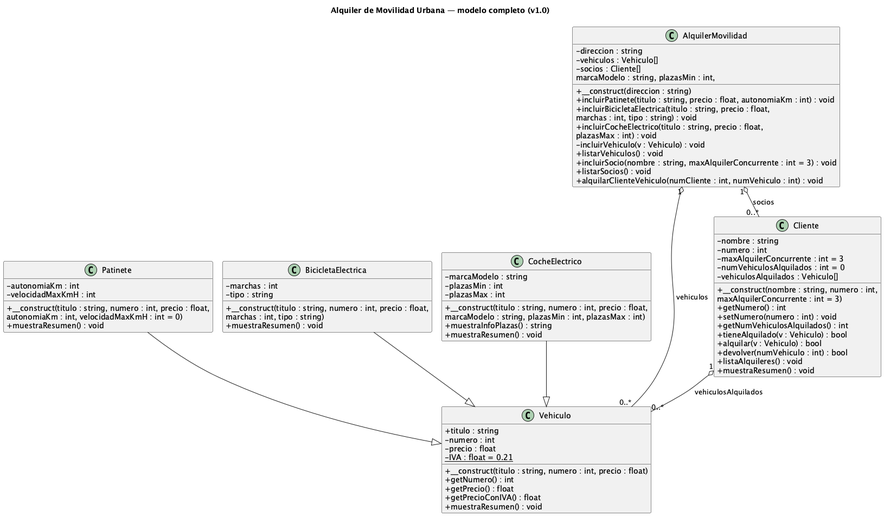
Above: docs/imagenes/03/03alquilerMovilidad2.png in elblo/dwes (PlantUML), before the change.
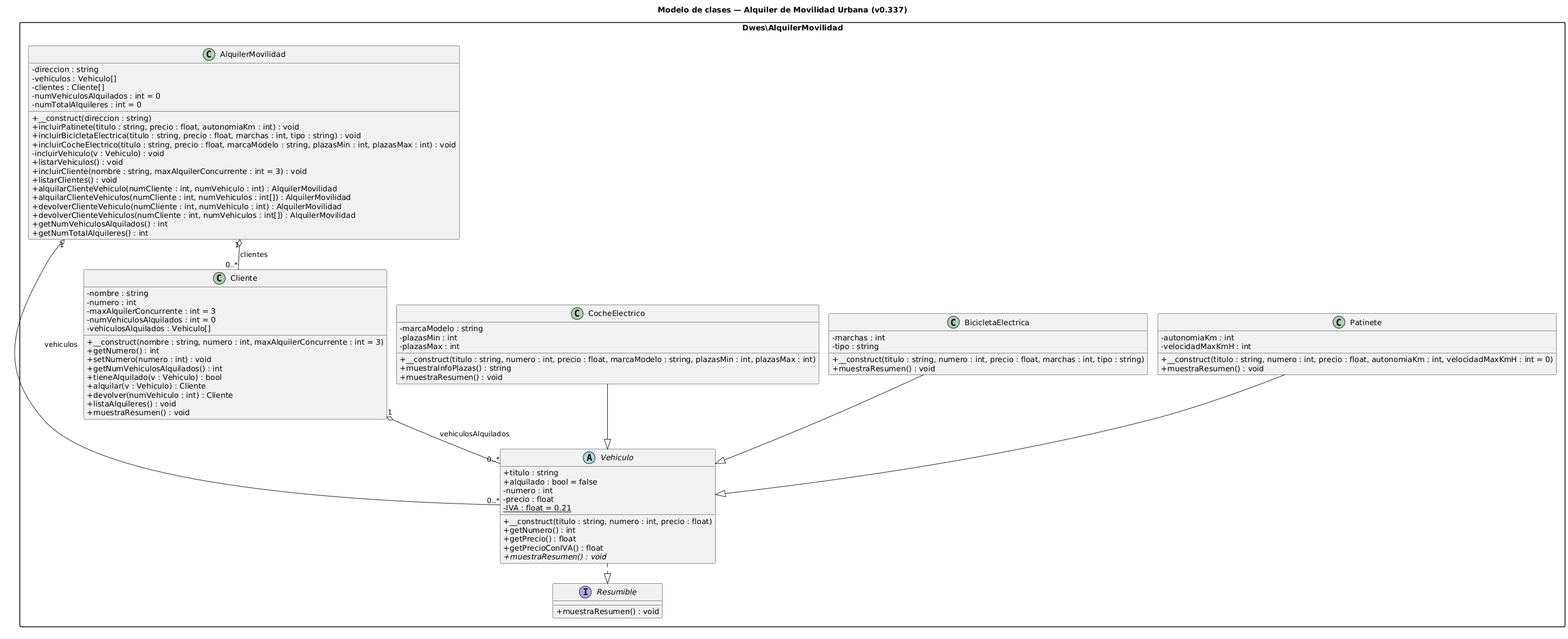
After the change.

Commit message:
Actualizado diagrama UML alquiler movilidad

Diff of the diagram source:
```diff
@@ -1,90 +1,100 @@
 @startuml
 !pragma layout smetana
 skinparam classAttributeIconSize 0
+skinparam packageStyle rectangle
 skinparam linetype ortho
 
-title Alquiler de Movilidad Urbana — modelo completo (v1.0)
+title Modelo de clases — Alquiler de Movilidad Urbana (v0.337)
 
-class Vehiculo {
-  + titulo : string
-  - numero : int
-  - precio : float
-  - {static} IVA : float = 0.21
-  + __construct(titulo : string, numero : int, precio : float)
-  + getNumero() : int
-  + getPrecio() : float
-  + getPrecioConIVA() : float
-  + muestraResumen() : void
+package "Dwes\\AlquilerMovilidad" {
+
+  interface Resumible {
+    + muestraResumen() : void
+  }
+
+  abstract class Vehiculo {
+    + titulo : string
+    + alquilado : bool = false
+    - numero : int
+    - precio : float
+    - {static} IVA : float = 0.21
+    + __construct(titulo : string, numero : int, precio : float)
+    + getNumero() : int
+    + getPrecio() : float
+    + getPrecioConIVA() : float
+    + {abstract} muestraResumen() : void
+  }
+
+  class Patinete {
+    - autonomiaKm : int
+    - velocidadMaxKmH : int
+    + __construct(titulo : string, numero : int, precio : float, autonomiaKm : int, velocidadMaxKmH : int = 0)
+    + muestraResumen() : void
+  }
+
+  class BicicletaElectrica {
+    - marchas : int
+    - tipo : string
+    + __construct(titulo : string, numero : int, precio : float, marchas : int, tipo : string)
+    + muestraResumen() : void
+  }
+
+  class CocheElectrico {
+    - marcaModelo : string
+    - plazasMin : int
+    - plazasMax : int
+    + __construct(titulo : string, numero : int, precio : float, marcaModelo : string, plazasMin : int, plazasMax : int)
+    + muestraInfoPlazas() : string
+    + muestraResumen() : void
+  }
+
+  class Cliente {
+    - nombre : string
+    - numero : int
+    - maxAlquilerConcurrente : int = 3
+    - numVehiculosAlquilados : int = 0
+    - vehiculosAlquilados : Vehiculo[]
+    + __construct(nombre : string, numero : int, maxAlquilerConcurrente : int = 3)
+    + getNumero() : int
+    + setNumero(numero : int) : void
+    + getNumVehiculosAlquilados() : int
+    + tieneAlquilado(v : Vehiculo) : bool
+    + alquilar(v : Vehiculo) : Cliente
+    + devolver(numVehiculo : int) : Cliente
+    + listaAlquileres() : void
+    + muestraResumen() : void
+  }
+
+  class AlquilerMovilidad {
+    - direccion : string
+    - vehiculos : Vehiculo[]
+    - clientes : Cliente[]
+    - numVehiculosAlquilados : int = 0
+    - numTotalAlquileres : int = 0
+    + __construct(direccion : string)
+    + incluirPatinete(titulo : string, precio : float, autonomiaKm : int) : void
+    + incluirBicicletaElectrica(titulo : string, precio : float, marchas : int, tipo : string) : void
+    + incluirCocheElectrico(titulo : string, precio : float, marcaModelo : string, plazasMin : int, plazasMax : int) : void
+    - incluirVehiculo(v : Vehiculo) : void
+    + listarVehiculos() : void
+    + incluirCliente(nombre : string, maxAlquilerConcurrente : int = 3) : void
+    + listarClientes() : void
+    + alquilarClienteVehiculo(numCliente : int, numVehiculo : int) : AlquilerMovilidad
+    + alquilarClienteVehiculos(numCliente : int, numVehiculos : int[]) : AlquilerMovilidad
+    + devolverClienteVehiculo(numCliente : int, numVehiculo : int) : AlquilerMovilidad
+    + devolverClienteVehiculos(numCliente : int, numVehiculos : int[]) : AlquilerMovilidad
+    + getNumVehiculosAlquilados() : int
+    + getNumTotalAlquileres() : int
+  }
 }
 
-class Patinete {
-  - autonomiaKm : int
-  - velocidadMaxKmH : int
-  + __construct(titulo : string, numero : int, precio : float,
-                autonomiaKm : int, velocidadMaxKmH : int = 0)
-  + muestraResumen() : void
-}
 
-class BicicletaElectrica {
-  - marchas : int
-  - tipo : string
-  + __construct(titulo : string, numero : int, precio : float,
-                marchas : int, tipo : string)
-  + muestraResumen() : void
-}
-
-class CocheElectrico {
-  - marcaModelo : string
-  - plazasMin : int
-  - plazasMax : int
-  + __construct(titulo : string, numero : int, precio : float,
-                marcaModelo : string, plazasMin : int, plazasMax : int)
-  + muestraInfoPlazas() : string
-  + muestraResumen() : void
-}
-
-class Cliente {
-  - nombre : string
-  - numero : int
-  - maxAlquilerConcurrente : int = 3
-  - numVehiculosAlquilados : int = 0
-  - vehiculosAlquilados : Vehiculo[]
-  + __construct(nombre : string, numero : int,
-                maxAlquilerConcurrente : int = 3)
-  + getNumero() : int
-  + setNumero(numero : int) : void
-  + getNumVehiculosAlquilados() : int
-  + tieneAlquilado(v : Vehiculo) : bool
-  + alquilar(v : Vehiculo) : bool
-  + devolver(numVehiculo : int) : bool
-  + listaAlquileres() : void
-  + muestraResumen() : void
-}
-
-class AlquilerMovilidad {
-  - direccion : string
-  - vehiculos : Vehiculo[]
-  - socios : Cliente[]
-  + __construct(direccion : string)
-  + incluirPatinete(titulo : string, precio : float, autonomiaKm : int) : void
-  + incluirBicicletaElectrica(titulo : string, precio : float,
-                              marchas : int, tipo : string) : void
-  + incluirCocheElectrico(titulo : string, precio : float,
-                          marcaModelo : string, plazasMin : int,
-                          plazasMax : int) : void
-  - incluirVehiculo(v : Vehiculo) : void
-  + listarVehiculos() : void
-  + incluirSocio(nombre : string, maxAlquilerConcurrente : int = 3) : void
-  + listarSocios() : void
-  + alquilarClienteVehiculo(numCliente : int, numVehiculo : int) : void
-}
-
+Vehiculo ..|> Resumible
 Patinete --|> Vehiculo
 BicicletaElectrica --|> Vehiculo
 CocheElectrico --|> Vehiculo
 
 AlquilerMovilidad "1" o-- "0..*" Vehiculo : vehiculos
-AlquilerMovilidad "1" o-- "0..*" Cliente  : socios
+AlquilerMovilidad "1" o-- "0..*" Cliente  : clientes
 Cliente           "1" o-- "0..*" Vehiculo : vehiculosAlquilados
-
 @enduml
```
